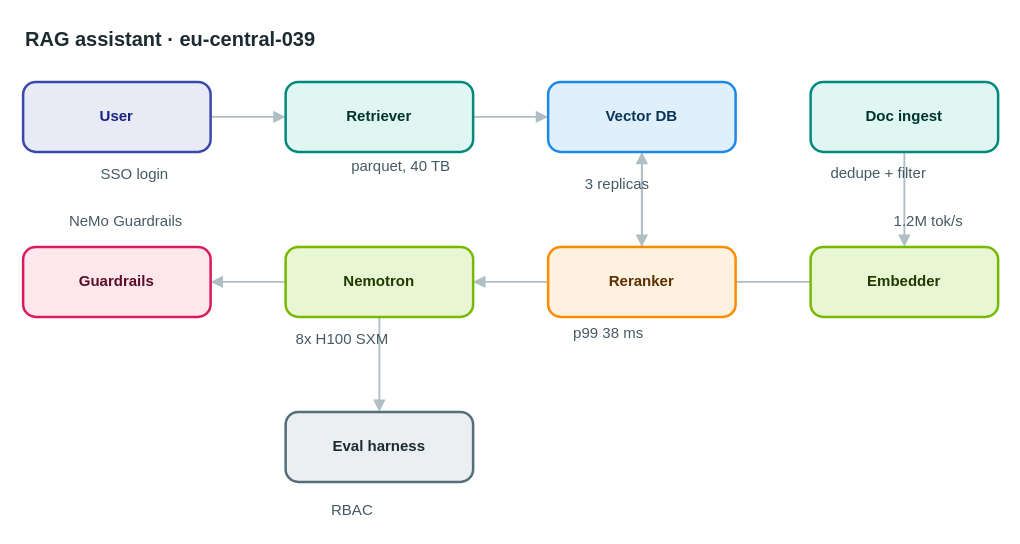
The draw.io diagram apps/web/public/samples/library/039-rag-assistant.drawio in AryanG01/open-apprentice, before the edit. Source tidied: cells renumbered, new cells numbered last; positions are measured from the earlier drawing's top-left corner, leaving out a move shared by most shapes. Both pictures are drawn from the tidied source at 125%, with x=0, y=0 at pixel (22, 21).
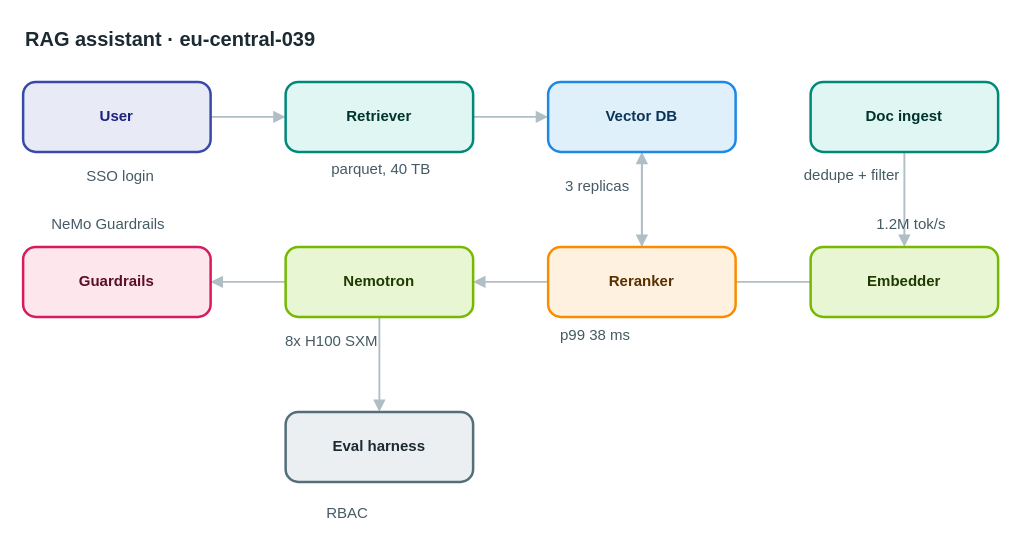
The same page after the edit.

What changed in the source:
```diff
@@
-    <mxCell id="20" value="SSO login" style="text;html=1;align=center;verticalAlign=middle;whiteSpace=nowrap;strokeColor=none;fillColor=none;fontSize=12;fontColor=#455a64;" parent="1" vertex="1">
+    <mxCell id="20" value="SSO login" style="text;html=1;align=left;verticalAlign=top;whiteSpace=nowrap;spacing=0;spacingTop=0;strokeColor=none;fillColor=none;fontSize=12;fontColor=#455a64;" parent="1" vertex="1">
       <mxGeometry x="51" y="112" width="75" height="20" as="geometry" />
     </mxCell>
-    <mxCell id="21" value="parquet, 40 TB" style="text;html=1;align=center;verticalAlign=middle;whiteSpace=nowrap;strokeColor=none;fillColor=none;fontSize=12;fontColor=#455a64;" parent="1" vertex="1">
+    <mxCell id="21" value="parquet, 40 TB" style="text;html=1;align=left;verticalAlign=top;whiteSpace=nowrap;spacing=0;spacingTop=0;strokeColor=none;fillColor=none;fontSize=12;fontColor=#455a64;" parent="1" vertex="1">
       <mxGeometry x="247" y="106" width="110" height="20" as="geometry" />
     </mxCell>
-    <mxCell id="22" value="3 replicas" style="text;html=1;align=center;verticalAlign=middle;whiteSpace=nowrap;strokeColor=none;fillColor=none;fontSize=12;fontColor=#455a64;" parent="1" vertex="1">
+    <mxCell id="22" value="3 replicas" style="text;html=1;align=left;verticalAlign=top;whiteSpace=nowrap;spacing=0;spacingTop=0;strokeColor=none;fillColor=none;fontSize=12;fontColor=#455a64;" parent="1" vertex="1">
       <mxGeometry x="434" y="120" width="82" height="20" as="geometry" />
     </mxCell>
-    <mxCell id="23" value="p99 38 ms" style="text;html=1;align=center;verticalAlign=middle;whiteSpace=nowrap;strokeColor=none;fillColor=none;fontSize=12;fontColor=#455a64;" parent="1" vertex="1">
+    <mxCell id="23" value="p99 38 ms" style="text;html=1;align=left;verticalAlign=top;whiteSpace=nowrap;spacing=0;spacingTop=0;strokeColor=none;fillColor=none;fontSize=12;fontColor=#455a64;" parent="1" vertex="1">
       <mxGeometry x="430" y="239" width="75" height="20" as="geometry" />
     </mxCell>
-    <mxCell id="24" value="8x H100 SXM" style="text;html=1;align=center;verticalAlign=middle;whiteSpace=nowrap;strokeColor=none;fillColor=none;fontSize=12;fontColor=#455a64;" parent="1" vertex="1">
+    <mxCell id="24" value="8x H100 SXM" style="text;html=1;align=left;verticalAlign=top;whiteSpace=nowrap;spacing=0;spacingTop=0;strokeColor=none;fillColor=none;fontSize=12;fontColor=#455a64;" parent="1" vertex="1">
       <mxGeometry x="210" y="244" width="89" height="20" as="geometry" />
     </mxCell>
-    <mxCell id="25" value="NeMo Guardrails" style="text;html=1;align=center;verticalAlign=middle;whiteSpace=nowrap;strokeColor=none;fillColor=none;fontSize=12;fontColor=#455a64;" parent="1" vertex="1">
+    <mxCell id="25" value="NeMo Guardrails" style="text;html=1;align=left;verticalAlign=top;whiteSpace=nowrap;spacing=0;spacingTop=0;strokeColor=none;fillColor=none;fontSize=12;fontColor=#455a64;" parent="1" vertex="1">
       <mxGeometry x="23" y="150" width="117" height="20" as="geometry" />
     </mxCell>
-    <mxCell id="26" value="dedupe + filter" style="text;html=1;align=center;verticalAlign=middle;whiteSpace=nowrap;strokeColor=none;fillColor=none;fontSize=12;fontColor=#455a64;" parent="1" vertex="1">
+    <mxCell id="26" value="dedupe + filter" style="text;html=1;align=left;verticalAlign=top;whiteSpace=nowrap;spacing=0;spacingTop=0;strokeColor=none;fillColor=none;fontSize=12;fontColor=#455a64;" parent="1" vertex="1">
       <mxGeometry x="625" y="111" width="117" height="20" as="geometry" />
     </mxCell>
-    <mxCell id="27" value="1.2M tok/s" style="text;html=1;align=center;verticalAlign=middle;whiteSpace=nowrap;strokeColor=none;fillColor=none;fontSize=12;fontColor=#455a64;" parent="1" vertex="1">
+    <mxCell id="27" value="1.2M tok/s" style="text;html=1;align=left;verticalAlign=top;whiteSpace=nowrap;spacing=0;spacingTop=0;strokeColor=none;fillColor=none;fontSize=12;fontColor=#455a64;" parent="1" vertex="1">
       <mxGeometry x="683" y="150" width="82" height="20" as="geometry" />
     </mxCell>
-    <mxCell id="28" value="RBAC" style="text;html=1;align=center;verticalAlign=middle;whiteSpace=nowrap;strokeColor=none;fillColor=none;fontSize=12;fontColor=#455a64;" parent="1" vertex="1">
+    <mxCell id="28" value="RBAC" style="text;html=1;align=left;verticalAlign=top;whiteSpace=nowrap;spacing=0;spacingTop=0;strokeColor=none;fillColor=none;fontSize=12;fontColor=#455a64;" parent="1" vertex="1">
       <mxGeometry x="243" y="381" width="40" height="20" as="geometry" />
     </mxCell>
```
